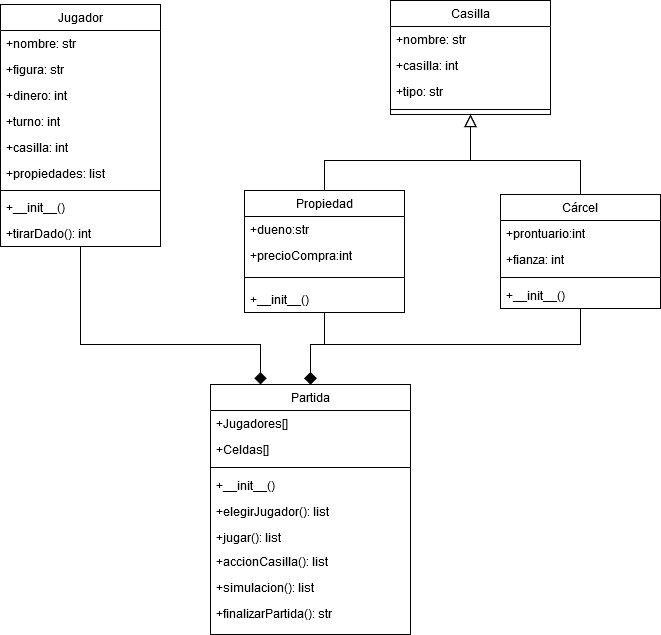
Above: Tarea5/img/d1.png in INS125/Laboratorio-2020 (draw.io), before the change. Source tidied: cells renumbered, new cells last; positions are measured from the earlier drawing's top-left corner, leaving out a move shared by most shapes. Source of this version:
```xml
<mxGraphModel>
  <root>
    <mxCell id="0" />
    <mxCell id="1" parent="0" />
    <mxCell id="2" value="Jugador" style="swimlane;fontStyle=0;align=center;verticalAlign=top;horizontal=1;startSize=26;rounded=0;shadow=0;strokeWidth=1;" parent="1" vertex="1">
      <mxGeometry x="10" y="4" width="160" height="242" as="geometry" />
    </mxCell>
    <mxCell id="3" value="+nombre: str" style="text;align=left;verticalAlign=top;spacingLeft=4;spacingRight=4;overflow=hidden;" parent="2" vertex="1">
      <mxGeometry y="26" width="160" height="26" as="geometry" />
    </mxCell>
    <mxCell id="4" value="+figura: str" style="text;align=left;verticalAlign=top;spacingLeft=4;spacingRight=4;overflow=hidden;rounded=0;shadow=0;html=0;" parent="2" vertex="1">
      <mxGeometry y="52" width="160" height="26" as="geometry" />
    </mxCell>
    <mxCell id="5" value="+dinero: int" style="text;align=left;verticalAlign=top;spacingLeft=4;spacingRight=4;overflow=hidden;rounded=0;shadow=0;html=0;" parent="2" vertex="1">
      <mxGeometry y="78" width="160" height="26" as="geometry" />
    </mxCell>
    <mxCell id="6" value="+turno: int" style="text;align=left;verticalAlign=top;spacingLeft=4;spacingRight=4;overflow=hidden;rounded=0;shadow=0;html=0;" parent="2" vertex="1">
      <mxGeometry y="104" width="160" height="26" as="geometry" />
    </mxCell>
    <mxCell id="7" value="+casilla: int" style="text;align=left;verticalAlign=top;spacingLeft=4;spacingRight=4;overflow=hidden;rounded=0;shadow=0;html=0;" parent="2" vertex="1">
      <mxGeometry y="130" width="160" height="26" as="geometry" />
    </mxCell>
    <mxCell id="8" value="+propiedades: list" style="text;align=left;verticalAlign=top;spacingLeft=4;spacingRight=4;overflow=hidden;rounded=0;shadow=0;html=0;" parent="2" vertex="1">
      <mxGeometry y="156" width="160" height="26" as="geometry" />
    </mxCell>
    <mxCell id="9" style="line;html=1;strokeWidth=1;align=left;verticalAlign=middle;spacingTop=-1;spacingLeft=3;spacingRight=3;labelPosition=right;" parent="2" vertex="1">
      <mxGeometry y="182" width="160" height="8" as="geometry" />
    </mxCell>
    <mxCell id="10" value="+__init__()" style="text;align=left;verticalAlign=top;spacingLeft=4;spacingRight=4;overflow=hidden;" parent="2" vertex="1">
      <mxGeometry y="190" width="160" height="26" as="geometry" />
    </mxCell>
    <mxCell id="11" value="+tirarDado(): int" style="text;align=left;verticalAlign=top;spacingLeft=4;spacingRight=4;overflow=hidden;" parent="2" vertex="1">
      <mxGeometry y="216" width="160" height="26" as="geometry" />
    </mxCell>
    <mxCell id="12" style="endArrow=block;endSize=10;endFill=0;shadow=0;strokeWidth=1;rounded=0;edgeStyle=elbowEdgeStyle;elbow=vertical;entryX=0.5;entryY=1;entryDx=0;entryDy=0;exitX=0.5;exitY=0;exitDx=0;exitDy=0;" parent="1" edge="1" source="37" target="16">
      <mxGeometry relative="1" as="geometry">
        <Array as="points">
          <mxPoint x="400" y="160" />
          <mxPoint x="280" y="40" />
          <mxPoint x="480" y="160" />
        </Array>
      </mxGeometry>
    </mxCell>
    <mxCell id="13" style="endArrow=block;endSize=10;endFill=0;shadow=0;strokeWidth=1;rounded=0;edgeStyle=elbowEdgeStyle;elbow=vertical;entryX=0.5;entryY=1;entryDx=0;entryDy=0;exitX=0.5;exitY=0;exitDx=0;exitDy=0;" parent="1" edge="1" source="32" target="16">
      <mxGeometry relative="1" as="geometry">
        <Array as="points">
          <mxPoint x="530" y="160" />
          <mxPoint x="480" y="320" />
        </Array>
      </mxGeometry>
    </mxCell>
    <mxCell id="14" style="endArrow=diamond;endSize=10;endFill=0;shadow=0;strokeWidth=1;rounded=0;edgeStyle=elbowEdgeStyle;elbow=vertical;exitX=0.5;exitY=1;exitDx=0;exitDy=0;entryX=0.5;entryY=0;entryDx=0;entryDy=0;" parent="1" edge="1" source="37" target="21">
      <mxGeometry relative="1" as="geometry">
        <Array as="points">
          <mxPoint x="330" y="344" />
          <mxPoint x="350" y="324" />
          <mxPoint x="570" y="484" />
        </Array>
      </mxGeometry>
    </mxCell>
    <mxCell id="15" style="endArrow=diamond;endSize=10;endFill=1;shadow=0;strokeWidth=1;rounded=0;edgeStyle=elbowEdgeStyle;elbow=vertical;exitX=0.5;exitY=1;exitDx=0;exitDy=0;entryX=0.5;entryY=0;entryDx=0;entryDy=0;" parent="1" edge="1" source="32" target="21">
      <mxGeometry relative="1" as="geometry">
        <Array as="points">
          <mxPoint x="400" y="344" />
          <mxPoint x="526" y="414" />
          <mxPoint x="746" y="574" />
        </Array>
      </mxGeometry>
    </mxCell>
    <mxCell id="16" value="Casilla" style="swimlane;fontStyle=0;align=center;verticalAlign=top;horizontal=1;startSize=26;rounded=0;shadow=0;strokeWidth=1;" parent="1" vertex="1">
      <mxGeometry x="400" width="160" height="114" as="geometry" />
    </mxCell>
    <mxCell id="17" value="+nombre: str" style="text;align=left;verticalAlign=top;spacingLeft=4;spacingRight=4;overflow=hidden;" parent="16" vertex="1">
      <mxGeometry y="26" width="160" height="26" as="geometry" />
    </mxCell>
    <mxCell id="18" value="+casilla: int" style="text;align=left;verticalAlign=top;spacingLeft=4;spacingRight=4;overflow=hidden;" parent="16" vertex="1">
      <mxGeometry y="52" width="160" height="26" as="geometry" />
    </mxCell>
    <mxCell id="19" value="+tipo: str" style="text;align=left;verticalAlign=top;spacingLeft=4;spacingRight=4;overflow=hidden;rounded=0;shadow=0;html=0;" parent="16" vertex="1">
      <mxGeometry y="78" width="160" height="26" as="geometry" />
    </mxCell>
    <mxCell id="20" style="line;html=1;strokeWidth=1;align=left;verticalAlign=middle;spacingTop=-1;spacingLeft=3;spacingRight=3;labelPosition=right;" parent="16" vertex="1">
      <mxGeometry y="104" width="160" height="10" as="geometry" />
    </mxCell>
    <mxCell id="21" value="Partida" style="swimlane;fontStyle=0;align=center;verticalAlign=top;horizontal=1;startSize=26;rounded=0;shadow=0;strokeWidth=1;" parent="1" vertex="1">
      <mxGeometry x="220" y="384" width="200" height="250" as="geometry" />
    </mxCell>
    <mxCell id="22" value="+Jugadores[]" style="text;align=left;verticalAlign=top;spacingLeft=4;spacingRight=4;overflow=hidden;" parent="21" vertex="1">
      <mxGeometry y="26" width="200" height="26" as="geometry" />
    </mxCell>
    <mxCell id="23" value="+Celdas[]" style="text;align=left;verticalAlign=top;spacingLeft=4;spacingRight=4;overflow=hidden;" parent="21" vertex="1">
      <mxGeometry y="52" width="200" height="26" as="geometry" />
    </mxCell>
    <mxCell id="24" style="line;html=1;strokeWidth=1;align=left;verticalAlign=middle;spacingTop=-1;spacingLeft=3;spacingRight=3;labelPosition=right;" parent="21" vertex="1">
      <mxGeometry y="78" width="200" height="10" as="geometry" />
    </mxCell>
    <mxCell id="25" value="+__init__()" style="text;align=left;verticalAlign=top;spacingLeft=4;spacingRight=4;overflow=hidden;" parent="21" vertex="1">
      <mxGeometry y="88" width="200" height="26" as="geometry" />
    </mxCell>
    <mxCell id="26" value="+elegirJugador(): list" style="text;align=left;verticalAlign=top;spacingLeft=4;spacingRight=4;overflow=hidden;" parent="21" vertex="1">
      <mxGeometry y="114" width="200" height="26" as="geometry" />
    </mxCell>
    <mxCell id="27" value="+jugar(): list" style="text;align=left;verticalAlign=top;spacingLeft=4;spacingRight=4;overflow=hidden;" parent="21" vertex="1">
      <mxGeometry y="140" width="200" height="24" as="geometry" />
    </mxCell>
    <mxCell id="28" value="+accionCasilla(): list" style="text;align=left;verticalAlign=top;spacingLeft=4;spacingRight=4;overflow=hidden;" parent="21" vertex="1">
      <mxGeometry y="164" width="200" height="26" as="geometry" />
    </mxCell>
    <mxCell id="29" value="+simulacion(): list" style="text;align=left;verticalAlign=top;spacingLeft=4;spacingRight=4;overflow=hidden;" parent="21" vertex="1">
      <mxGeometry y="190" width="200" height="26" as="geometry" />
    </mxCell>
    <mxCell id="30" value="+finalizarPartida(): str" style="text;align=left;verticalAlign=top;spacingLeft=4;spacingRight=4;overflow=hidden;" parent="21" vertex="1">
      <mxGeometry y="216" width="200" height="26" as="geometry" />
    </mxCell>
    <mxCell id="31" style="endArrow=diamond;endSize=10;endFill=1;shadow=0;strokeWidth=1;rounded=0;edgeStyle=elbowEdgeStyle;elbow=vertical;exitX=0.5;exitY=1;exitDx=0;exitDy=0;entryX=0.25;entryY=0;entryDx=0;entryDy=0;" parent="1" edge="1" source="2" target="21">
      <mxGeometry relative="1" as="geometry">
        <Array as="points">
          <mxPoint x="260" y="344" />
          <mxPoint x="270" y="334" />
          <mxPoint x="270" y="364" />
          <mxPoint x="280" y="344" />
          <mxPoint x="150" y="344" />
          <mxPoint y="322" />
          <mxPoint x="126" y="392" />
          <mxPoint x="346" y="552" />
        </Array>
      </mxGeometry>
    </mxCell>
    <mxCell id="32" value="Cárcel" style="swimlane;fontStyle=0;align=center;verticalAlign=top;horizontal=1;startSize=26;rounded=0;shadow=0;strokeWidth=1;" parent="1" vertex="1">
      <mxGeometry x="510" y="194" width="160" height="114" as="geometry" />
    </mxCell>
    <mxCell id="33" value="+prontuario:int" style="text;align=left;verticalAlign=top;spacingLeft=4;spacingRight=4;overflow=hidden;rounded=0;shadow=0;html=0;" parent="32" vertex="1">
      <mxGeometry y="26" width="160" height="26" as="geometry" />
    </mxCell>
    <mxCell id="34" value="+fianza: int" style="text;align=left;verticalAlign=top;spacingLeft=4;spacingRight=4;overflow=hidden;rounded=0;shadow=0;html=0;" parent="32" vertex="1">
      <mxGeometry y="52" width="160" height="26" as="geometry" />
    </mxCell>
    <mxCell id="35" style="line;html=1;strokeWidth=1;align=left;verticalAlign=middle;spacingTop=-1;spacingLeft=3;spacingRight=3;labelPosition=right;" parent="32" vertex="1">
      <mxGeometry y="78" width="160" height="10" as="geometry" />
    </mxCell>
    <mxCell id="36" value="+__init__()" style="text;align=left;verticalAlign=top;spacingLeft=4;spacingRight=4;overflow=hidden;" parent="32" vertex="1">
      <mxGeometry y="88" width="160" height="26" as="geometry" />
    </mxCell>
    <mxCell id="37" value="Propiedad" style="swimlane;fontStyle=0;align=center;verticalAlign=top;horizontal=1;startSize=26;rounded=0;shadow=0;strokeWidth=1;" parent="1" vertex="1">
      <mxGeometry x="254" y="190" width="160" height="122" as="geometry" />
    </mxCell>
    <mxCell id="38" value="+dueno:str" style="text;align=left;verticalAlign=top;spacingLeft=4;spacingRight=4;overflow=hidden;rounded=0;shadow=0;html=0;" parent="37" vertex="1">
      <mxGeometry y="26" width="160" height="26" as="geometry" />
    </mxCell>
    <mxCell id="39" value="+precioCompra:int" style="text;align=left;verticalAlign=top;spacingLeft=4;spacingRight=4;overflow=hidden;rounded=0;shadow=0;html=0;" parent="37" vertex="1">
      <mxGeometry y="52" width="160" height="26" as="geometry" />
    </mxCell>
    <mxCell id="40" style="line;html=1;strokeWidth=1;align=left;verticalAlign=middle;spacingTop=-1;spacingLeft=3;spacingRight=3;labelPosition=right;" parent="37" vertex="1">
      <mxGeometry y="78" width="160" height="18" as="geometry" />
    </mxCell>
    <mxCell id="41" value="+__init__()" style="text;align=left;verticalAlign=top;spacingLeft=4;spacingRight=4;overflow=hidden;" parent="37" vertex="1">
      <mxGeometry y="96" width="160" height="26" as="geometry" />
    </mxCell>
  </root>
</mxGraphModel>
```
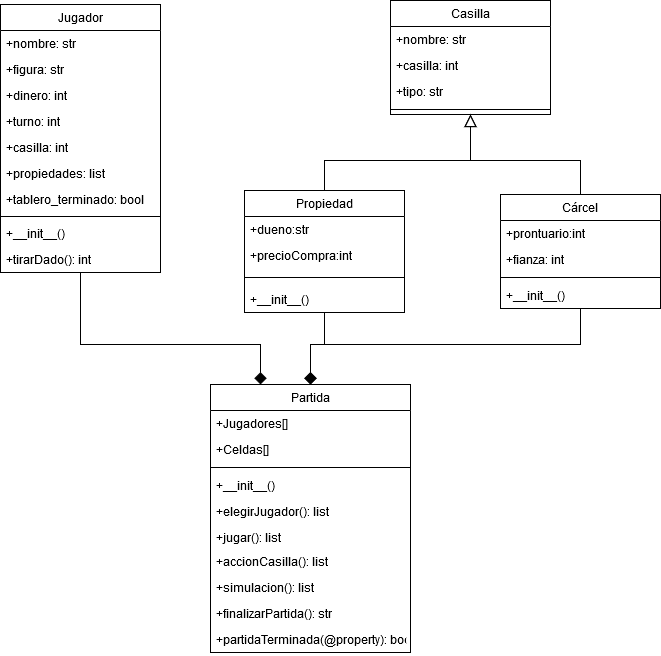
Above is the later version.

Commit message:
arreglado diagrama

The edit, as a diff of the source:
```diff
@@ -3,7 +3,7 @@
     <mxCell id="0" />
     <mxCell id="1" parent="0" />
     <mxCell id="2" value="Jugador" style="swimlane;fontStyle=0;align=center;verticalAlign=top;horizontal=1;startSize=26;rounded=0;shadow=0;strokeWidth=1;" parent="1" vertex="1">
-      <mxGeometry x="10" y="4" width="160" height="242" as="geometry" />
+      <mxGeometry x="10" y="4" width="160" height="268" as="geometry" />
     </mxCell>
     <mxCell id="3" value="+nombre: str" style="text;align=left;verticalAlign=top;spacingLeft=4;spacingRight=4;overflow=hidden;" parent="2" vertex="1">
       <mxGeometry y="26" width="160" height="26" as="geometry" />
@@ -23,14 +23,17 @@
     <mxCell id="8" value="+propiedades: list" style="text;align=left;verticalAlign=top;spacingLeft=4;spacingRight=4;overflow=hidden;rounded=0;shadow=0;html=0;" parent="2" vertex="1">
       <mxGeometry y="156" width="160" height="26" as="geometry" />
     </mxCell>
+    <mxCell id="42" value="+tablero_terminado: bool" style="text;align=left;verticalAlign=top;spacingLeft=4;spacingRight=4;overflow=hidden;rounded=0;shadow=0;html=0;" parent="2" vertex="1">
+      <mxGeometry y="182" width="160" height="26" as="geometry" />
+    </mxCell>
     <mxCell id="9" style="line;html=1;strokeWidth=1;align=left;verticalAlign=middle;spacingTop=-1;spacingLeft=3;spacingRight=3;labelPosition=right;" parent="2" vertex="1">
-      <mxGeometry y="182" width="160" height="8" as="geometry" />
+      <mxGeometry y="208" width="160" height="8" as="geometry" />
     </mxCell>
     <mxCell id="10" value="+__init__()" style="text;align=left;verticalAlign=top;spacingLeft=4;spacingRight=4;overflow=hidden;" parent="2" vertex="1">
-      <mxGeometry y="190" width="160" height="26" as="geometry" />
+      <mxGeometry y="216" width="160" height="26" as="geometry" />
     </mxCell>
     <mxCell id="11" value="+tirarDado(): int" style="text;align=left;verticalAlign=top;spacingLeft=4;spacingRight=4;overflow=hidden;" parent="2" vertex="1">
-      <mxGeometry y="216" width="160" height="26" as="geometry" />
+      <mxGeometry y="242" width="160" height="26" as="geometry" />
     </mxCell>
     <mxCell id="12" style="endArrow=block;endSize=10;endFill=0;shadow=0;strokeWidth=1;rounded=0;edgeStyle=elbowEdgeStyle;elbow=vertical;entryX=0.5;entryY=1;entryDx=0;entryDy=0;exitX=0.5;exitY=0;exitDx=0;exitDy=0;" parent="1" edge="1" source="37" target="16">
       <mxGeometry relative="1" as="geometry">
@@ -83,7 +86,7 @@
       <mxGeometry y="104" width="160" height="10" as="geometry" />
     </mxCell>
     <mxCell id="21" value="Partida" style="swimlane;fontStyle=0;align=center;verticalAlign=top;horizontal=1;startSize=26;rounded=0;shadow=0;strokeWidth=1;" parent="1" vertex="1">
-      <mxGeometry x="220" y="384" width="200" height="250" as="geometry" />
+      <mxGeometry x="220" y="384" width="200" height="268" as="geometry" />
     </mxCell>
     <mxCell id="22" value="+Jugadores[]" style="text;align=left;verticalAlign=top;spacingLeft=4;spacingRight=4;overflow=hidden;" parent="21" vertex="1">
       <mxGeometry y="26" width="200" height="26" as="geometry" />
@@ -112,6 +115,9 @@
     <mxCell id="30" value="+finalizarPartida(): str" style="text;align=left;verticalAlign=top;spacingLeft=4;spacingRight=4;overflow=hidden;" parent="21" vertex="1">
       <mxGeometry y="216" width="200" height="26" as="geometry" />
     </mxCell>
+    <mxCell id="43" value="+partidaTerminada(@property): bool&#10;" style="text;align=left;verticalAlign=top;spacingLeft=4;spacingRight=4;overflow=hidden;" parent="21" vertex="1">
+      <mxGeometry y="242" width="200" height="26" as="geometry" />
+    </mxCell>
     <mxCell id="31" style="endArrow=diamond;endSize=10;endFill=1;shadow=0;strokeWidth=1;rounded=0;edgeStyle=elbowEdgeStyle;elbow=vertical;exitX=0.5;exitY=1;exitDx=0;exitDy=0;entryX=0.25;entryY=0;entryDx=0;entryDy=0;" parent="1" edge="1" source="2" target="21">
       <mxGeometry relative="1" as="geometry">
         <Array as="points">
```
